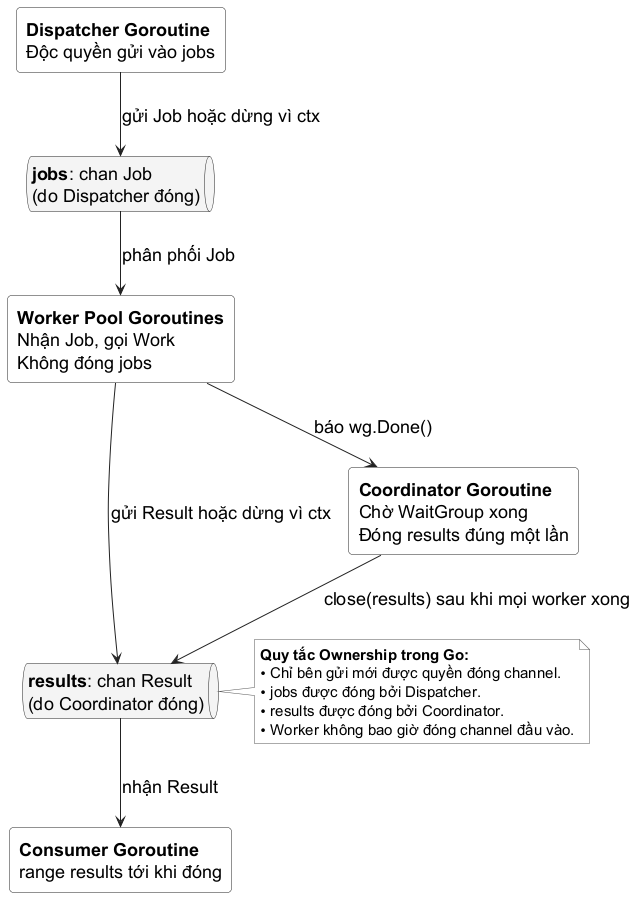
Before: assets/diagrams/channel-work-lifecycle.png, a diagram exported from PlantUML (Minhlike/Golang).
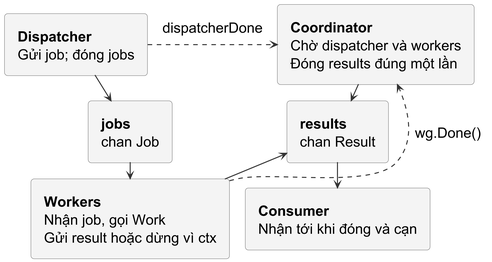
Later version of the same file.

What changed in the source:
```diff
@@ -1,47 +1,23 @@
 @startuml
-skinparam backgroundColor #FFFFFF
-skinparam defaultFontName "Source Sans 3"
-skinparam defaultFontSize 18
-skinparam shadowing false
-skinparam queue {
-  BackgroundColor #F4F4F4
-  BorderColor #222222
-  FontColor #000000
-}
-skinparam rectangle {
-  BackgroundColor #FFFFFF
-  BorderColor #222222
-  FontColor #000000
-  RoundCorner 8
-}
-skinparam note {
-  BackgroundColor #FFFFFF
-  BorderColor #555555
-  FontColor #000000
-  FontSize 15
-}
-skinparam ArrowColor #222222
+skinparamlocked dpi 300
+!include publication-flow.iuml
 top to bottom direction
 
-rectangle "<b>Dispatcher Goroutine</b>\nĐộc quyền gửi vào jobs" as dispatcher
-queue "<b>jobs</b>: chan Job\n(do Dispatcher đóng)" as jobs
-rectangle "<b>Worker Pool Goroutines</b>\nNhận Job, gọi Work\nKhông đóng jobs" as workers
-rectangle "<b>Coordinator Goroutine</b>\nChờ WaitGroup xong\nĐóng results đúng một lần" as coordinator
-queue "<b>results</b>: chan Result\n(do Coordinator đóng)" as results
-rectangle "<b>Consumer Goroutine</b>\nrange results tới khi đóng" as consumer
+rectangle "<b>Dispatcher</b>\nGửi job; đóng jobs" as dispatcher
+rectangle "<b>jobs</b>\nchan Job" as jobs
+rectangle "<b>Workers</b>\nNhận job, gọi Work\nGửi result hoặc dừng vì ctx" as workers
+rectangle "<b>Coordinator</b>\nChờ dispatcher và workers\nĐóng results đúng một lần" as coordinator
+rectangle "<b>results</b>\nchan Result" as results
+rectangle "<b>Consumer</b>\nNhận tới khi đóng và cạn" as consumer
 
-dispatcher -down-> jobs : gửi Job hoặc dừng vì ctx
-jobs -down-> workers : phân phối Job
-workers -down-> coordinator : báo wg.Done()
-workers -down-> results : gửi Result hoặc dừng vì ctx
-coordinator -down-> results : close(results) sau khi mọi worker xong
-results -down-> consumer : nhận Result
-
-note right of results
-  <b>Quy tắc Ownership trong Go:</b>
-  • Chỉ bên gửi mới được quyền đóng channel.
-  • jobs được đóng bởi Dispatcher.
-  • results được đóng bởi Coordinator.
-  • Worker không bao giờ đóng channel đầu vào.
-end note
+dispatcher -down-> jobs
+jobs -down-> workers
+coordinator -down-> results
+results -down-> consumer
+dispatcher -[hidden]right-> coordinator
+jobs -[hidden]right-> results
+workers -[hidden]right-> consumer
+dispatcher -[dashed,norank]-> coordinator : dispatcherDone
+workers -[dashed,norank]-> coordinator : wg.Done()
+workers -[norank]-> results
 @enduml
```
